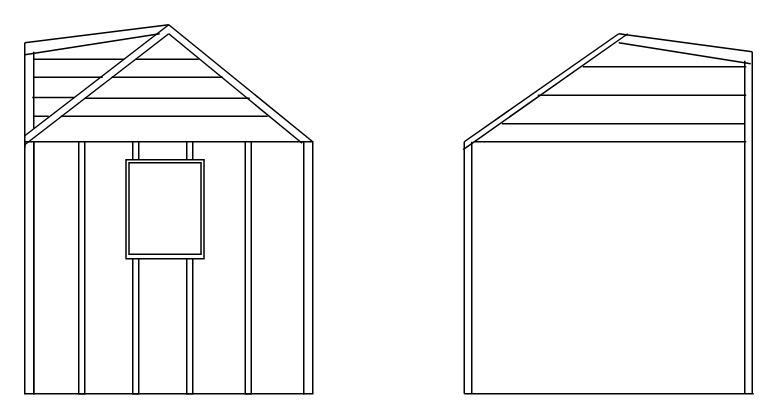
dpolaristar/drawio keeps this draw.io diagram as etc/build/Billings Elevation Width.drawio. Above is the earlier version. Source tidied: cells renumbered, new cells numbered last; positions are measured from the earlier drawing's top-left corner, leaving out a move shared by most shapes. Both pictures are drawn from the tidied source at 150%, with x=0, y=0 at pixel (16, 24).
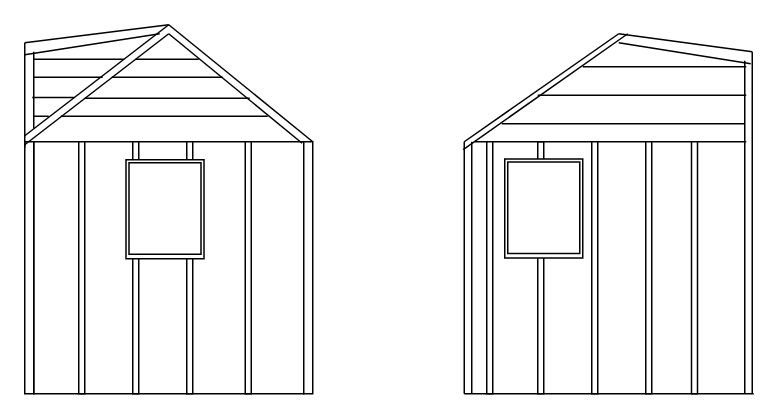
After the change.

Change to the diagram source:
```diff
@@
+    <mxCell id="40" style="rounded=0;whiteSpace=wrap;html=1;strokeWidth=1;" parent="1" vertex="1">
+      <mxGeometry x="347" y="78" width="4" height="168" as="geometry" />
+    </mxCell>
+    <mxCell id="41" style="rounded=0;whiteSpace=wrap;html=1;strokeWidth=1;" parent="1" vertex="1">
+      <mxGeometry x="325" y="89.5" width="52" height="66" as="geometry" />
+    </mxCell>
@@
+    <mxCell id="42" style="rounded=0;whiteSpace=wrap;html=1;strokeWidth=1;" parent="1" vertex="1">
+      <mxGeometry x="313" y="78" width="4" height="168" as="geometry" />
+    </mxCell>
+    <mxCell id="43" style="rounded=0;whiteSpace=wrap;html=1;strokeWidth=1;" parent="1" vertex="1">
+      <mxGeometry x="383" y="78" width="4" height="168" as="geometry" />
+    </mxCell>
+    <mxCell id="44" style="rounded=0;whiteSpace=wrap;html=1;strokeWidth=1;" parent="1" vertex="1">
+      <mxGeometry x="419" y="78" width="4" height="168" as="geometry" />
+    </mxCell>
+    <mxCell id="45" style="rounded=0;whiteSpace=wrap;html=1;strokeWidth=1;" parent="1" vertex="1">
+      <mxGeometry x="449.5" y="78" width="4" height="168" as="geometry" />
+    </mxCell>
+    <mxCell id="46" style="rounded=0;whiteSpace=wrap;html=1;strokeWidth=1;direction=south;" parent="1" vertex="1">
+      <mxGeometry x="327" y="91.5" width="48" height="61" as="geometry" />
+    </mxCell>
```
